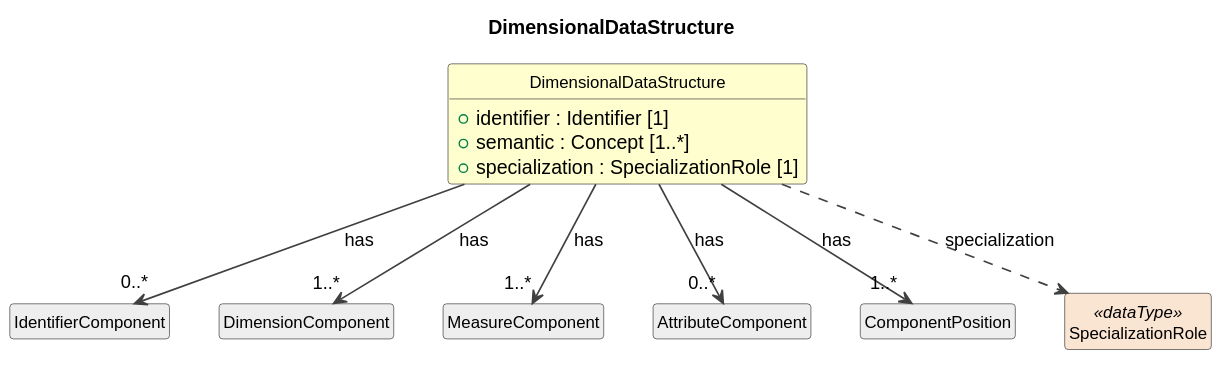
This is build/plantuml/cdifDataStructure/Classes/DimensionalDataStructure.svg from Cross-Domain-Interoperability-Framework/metadataBuildingBlocks, a PlantUML export, as it was before one commit.
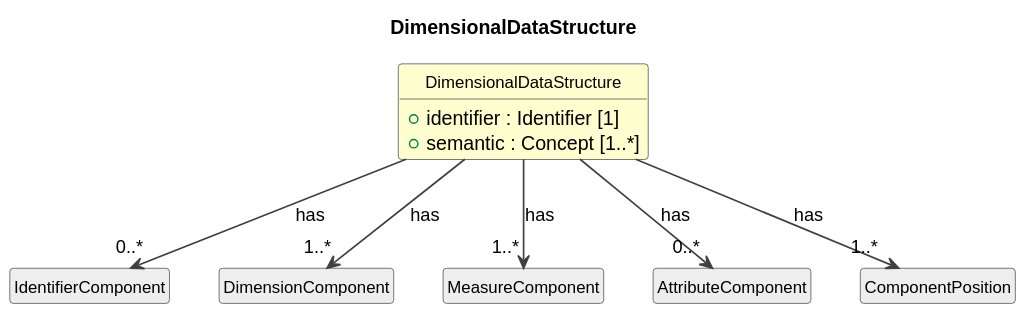
Above is the later version.

Diff of the diagram source:
```diff
@@ -13,7 +13,6 @@
 class "DimensionalDataStructure" as DimensionalDataStructure #FEFECE {
   +identifier : Identifier [1]
   +semantic : Concept [1..*]
-  +specialization : SpecializationRole [1]
 }
 class "IdentifierComponent" as IdentifierComponent #EEEEEE
 DimensionalDataStructure --> "0..*" IdentifierComponent : has
@@ -25,6 +24,4 @@
 DimensionalDataStructure --> "0..*" AttributeComponent : has
 class "ComponentPosition" as ComponentPosition #EEEEEE
 DimensionalDataStructure --> "1..*" ComponentPosition : has
-class "SpecializationRole" as SpecializationRole <<dataType>> #FAE5D3
-DimensionalDataStructure ..> SpecializationRole : specialization
 @enduml
```
